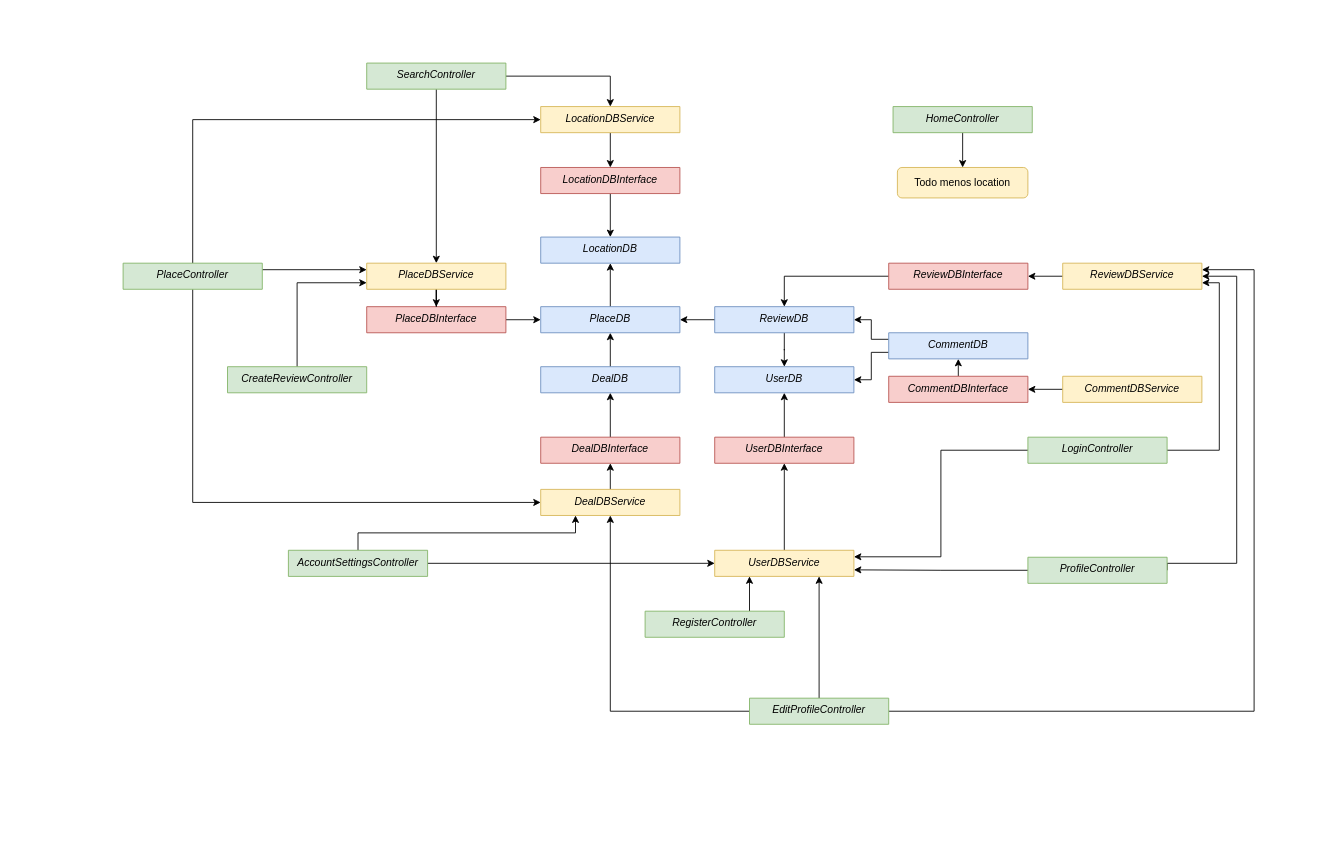
GonzaloLGI/Furry-Advisor keeps this draw.io diagram as Documents/Clases.drawio. Above is the earlier version. Source tidied: cells renumbered, new cells numbered last; positions are measured from the earlier drawing's top-left corner, leaving out a move shared by most shapes. Both pictures are drawn from the tidied source at 87%, with x=0, y=0 at pixel (123, 63).
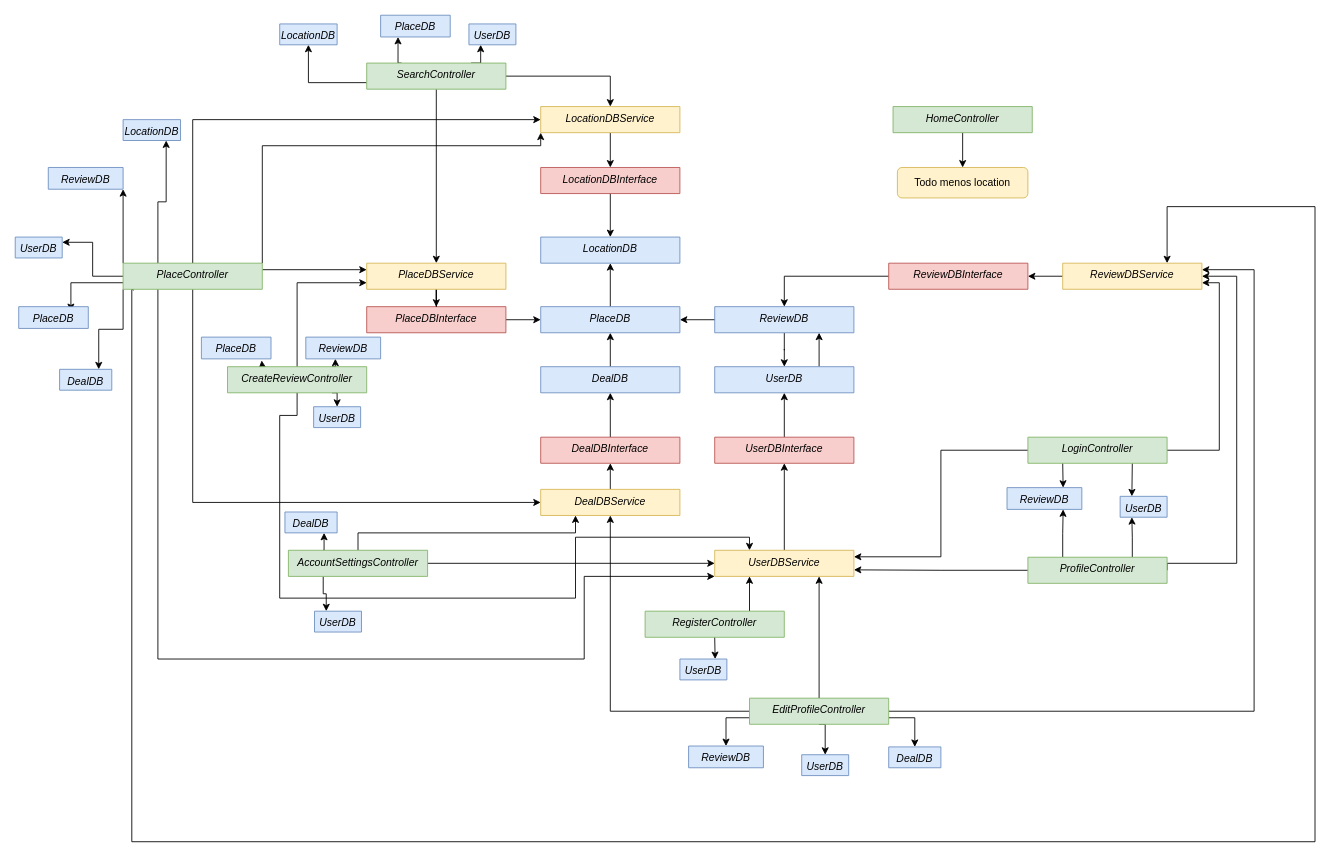
The same page after the edit.

Unchanged cells that the change refers to:
```xml
<mxCell id="8" value="ReviewDB" style="swimlane;fontStyle=2;align=center;verticalAlign=top;horizontal=1;startSize=30;rounded=0;shadow=0;strokeWidth=1;fillColor=#dae8fc;strokeColor=#6c8ebf;" parent="1" vertex="1">
  <mxGeometry x="680" y="280" width="160" height="30" as="geometry" />
</mxCell>
<mxCell id="9" value="UserDB" style="swimlane;fontStyle=2;align=center;verticalAlign=top;horizontal=1;startSize=30;rounded=0;shadow=0;strokeWidth=1;fillColor=#dae8fc;strokeColor=#6c8ebf;" parent="1" vertex="1">
  <mxGeometry x="680" y="349" width="160" height="30" as="geometry" />
</mxCell>
<mxCell id="25" value="PlaceController" style="swimlane;fontStyle=2;align=center;verticalAlign=top;horizontal=1;startSize=30;rounded=0;shadow=0;strokeWidth=1;fillColor=#d5e8d4;strokeColor=#82b366;" parent="1" vertex="1">
  <mxGeometry y="230" width="160" height="30" as="geometry" />
</mxCell>
<mxCell id="28" value="LoginController" style="swimlane;fontStyle=2;align=center;verticalAlign=top;horizontal=1;startSize=30;rounded=0;shadow=0;strokeWidth=1;fillColor=#d5e8d4;strokeColor=#82b366;" parent="1" vertex="1">
  <mxGeometry x="1040" y="430" width="160" height="30" as="geometry" />
</mxCell>
<mxCell id="30" value="RegisterController" style="swimlane;fontStyle=2;align=center;verticalAlign=top;horizontal=1;startSize=30;rounded=0;shadow=0;strokeWidth=1;fillColor=#d5e8d4;strokeColor=#82b366;" parent="1" vertex="1">
  <mxGeometry x="600" y="630" width="160" height="30" as="geometry" />
</mxCell>
<mxCell id="33" value="ProfileController" style="swimlane;fontStyle=2;align=center;verticalAlign=top;horizontal=1;startSize=30;rounded=0;shadow=0;strokeWidth=1;fillColor=#d5e8d4;strokeColor=#82b366;" parent="1" vertex="1">
  <mxGeometry x="1040" y="568" width="160" height="30" as="geometry" />
</mxCell>
<mxCell id="36" value="AccountSettingsController" style="swimlane;fontStyle=2;align=center;verticalAlign=top;horizontal=1;startSize=30;rounded=0;shadow=0;strokeWidth=1;fillColor=#d5e8d4;strokeColor=#82b366;" parent="1" vertex="1">
  <mxGeometry x="190" y="560" width="160" height="30" as="geometry" />
</mxCell>
<mxCell id="38" value="CreateReviewController" style="swimlane;fontStyle=2;align=center;verticalAlign=top;horizontal=1;startSize=30;rounded=0;shadow=0;strokeWidth=1;fillColor=#d5e8d4;strokeColor=#82b366;" parent="1" vertex="1">
  <mxGeometry x="120" y="349" width="160" height="30" as="geometry" />
</mxCell>
<mxCell id="42" value="EditProfileController" style="swimlane;fontStyle=2;align=center;verticalAlign=top;horizontal=1;startSize=30;rounded=0;shadow=0;strokeWidth=1;fillColor=#d5e8d4;strokeColor=#82b366;" parent="1" vertex="1">
  <mxGeometry x="720" y="730" width="160" height="30" as="geometry" />
</mxCell>
<mxCell id="49" value="SearchController" style="swimlane;fontStyle=2;align=center;verticalAlign=top;horizontal=1;startSize=30;rounded=0;shadow=0;strokeWidth=1;fillColor=#d5e8d4;strokeColor=#82b366;" parent="1" vertex="1">
  <mxGeometry x="280" width="160" height="30" as="geometry" />
</mxCell>
<mxCell id="55" value="ReviewDBService" style="swimlane;fontStyle=2;align=center;verticalAlign=top;horizontal=1;startSize=30;rounded=0;shadow=0;strokeWidth=1;fillColor=#fff2cc;strokeColor=#d6b656;" parent="1" vertex="1">
  <mxGeometry x="1080" y="230" width="160" height="30" as="geometry" />
</mxCell>
<mxCell id="57" value="LocationDBService" style="swimlane;fontStyle=2;align=center;verticalAlign=top;horizontal=1;startSize=30;rounded=0;shadow=0;strokeWidth=1;fillColor=#fff2cc;strokeColor=#d6b656;" parent="1" vertex="1">
  <mxGeometry x="480" y="50" width="160" height="30" as="geometry" />
</mxCell>
<mxCell id="65" value="UserDBService" style="swimlane;fontStyle=2;align=center;verticalAlign=top;horizontal=1;startSize=30;rounded=0;shadow=0;strokeWidth=1;fillColor=#fff2cc;strokeColor=#d6b656;" parent="1" vertex="1">
  <mxGeometry x="680" y="560" width="160" height="30" as="geometry" />
</mxCell>
```

The edit, as a diff of the source:
```diff
@@
+    <mxCell id="66" style="edgeStyle=orthogonalEdgeStyle;rounded=0;jettySize=auto;html=1;exitX=0.75;exitY=0;exitDx=0;exitDy=0;entryX=0.75;entryY=1;entryDx=0;entryDy=0;" parent="1" edge="1" source="9" target="8">
+      <mxGeometry relative="1" as="geometry" />
+    </mxCell>
@@
-    <mxCell id="17" style="edgeStyle=orthogonalEdgeStyle;rounded=0;jettySize=auto;html=1;exitX=0.5;exitY=0;exitDx=0;exitDy=0;entryX=0.5;entryY=1;entryDx=0;entryDy=0;" parent="1" edge="1" source="18" target="52">
-      <mxGeometry relative="1" as="geometry" />
+    <mxCell id="17" style="edgeStyle=orthogonalEdgeStyle;rounded=0;orthogonalLoop=1;jettySize=auto;html=1;exitX=0.5;exitY=0;exitDx=0;exitDy=0;entryX=0.5;entryY=1;entryDx=0;entryDy=0;" parent="1" edge="1">
+      <mxGeometry relative="1" as="geometry">
+        <mxPoint x="960" y="340" as="targetPoint" />
+      </mxGeometry>
     </mxCell>
-    <mxCell id="18" value="CommentDBInterface" style="swimlane;fontStyle=2;align=center;verticalAlign=top;horizontal=1;startSize=30;rounded=0;shadow=0;strokeWidth=1;fillColor=#f8cecc;strokeColor=#b85450;" parent="1" vertex="1">
-      <mxGeometry x="880" y="360" width="160" height="30" as="geometry" />
-    </mxCell>
@@
+    <mxCell id="67" style="edgeStyle=orthogonalEdgeStyle;rounded=0;jettySize=auto;html=1;exitX=1;exitY=0;exitDx=0;exitDy=0;entryX=0;entryY=1;entryDx=0;entryDy=0;" parent="1" edge="1" source="25" target="57">
+      <mxGeometry relative="1" as="geometry">
+        <Array as="points">
+          <mxPoint x="160" y="95" />
+          <mxPoint x="480" y="95" />
+        </Array>
+      </mxGeometry>
+    </mxCell>
+    <mxCell id="68" style="edgeStyle=orthogonalEdgeStyle;rounded=0;jettySize=auto;html=1;exitX=0.25;exitY=1;exitDx=0;exitDy=0;entryX=0;entryY=1;entryDx=0;entryDy=0;" parent="1" edge="1" source="25" target="65">
+      <mxGeometry relative="1" as="geometry">
+        <Array as="points">
+          <mxPoint x="40" y="685" />
+          <mxPoint x="530" y="685" />
+          <mxPoint x="530" y="590" />
+        </Array>
+      </mxGeometry>
+    </mxCell>
+    <mxCell id="69" style="edgeStyle=orthogonalEdgeStyle;rounded=0;jettySize=auto;html=1;exitX=0.078;exitY=1.032;exitDx=0;exitDy=0;entryX=0.75;entryY=0;entryDx=0;entryDy=0;exitPerimeter=0;" parent="1" edge="1" source="25" target="55">
+      <mxGeometry relative="1" as="geometry">
+        <Array as="points">
+          <mxPoint x="10" y="260" />
+          <mxPoint x="10" y="895" />
+          <mxPoint x="1370" y="895" />
+          <mxPoint x="1370" y="165" />
+          <mxPoint x="1200" y="165" />
+        </Array>
+      </mxGeometry>
+    </mxCell>
+    <mxCell id="70" style="edgeStyle=orthogonalEdgeStyle;rounded=0;jettySize=auto;html=1;exitX=0.25;exitY=0;exitDx=0;exitDy=0;entryX=0.75;entryY=1;entryDx=0;entryDy=0;" parent="1" edge="1" source="25" target="109">
+      <mxGeometry relative="1" as="geometry" />
+    </mxCell>
+    <mxCell id="71" style="edgeStyle=orthogonalEdgeStyle;rounded=0;jettySize=auto;html=1;exitX=0;exitY=0;exitDx=0;exitDy=0;entryX=1;entryY=1;entryDx=0;entryDy=0;" parent="1" edge="1" source="25" target="107">
+      <mxGeometry relative="1" as="geometry" />
+    </mxCell>
+    <mxCell id="72" style="edgeStyle=orthogonalEdgeStyle;rounded=0;jettySize=auto;html=1;exitX=0;exitY=0.5;exitDx=0;exitDy=0;entryX=1;entryY=0.25;entryDx=0;entryDy=0;" parent="1" edge="1" source="25" target="108">
+      <mxGeometry relative="1" as="geometry" />
+    </mxCell>
+    <mxCell id="73" style="edgeStyle=orthogonalEdgeStyle;rounded=0;jettySize=auto;html=1;exitX=0;exitY=0.75;exitDx=0;exitDy=0;entryX=0.75;entryY=0.2;entryDx=0;entryDy=0;entryPerimeter=0;" parent="1" edge="1" source="25" target="106">
+      <mxGeometry relative="1" as="geometry" />
+    </mxCell>
+    <mxCell id="74" style="edgeStyle=orthogonalEdgeStyle;rounded=0;jettySize=auto;html=1;exitX=0;exitY=1;exitDx=0;exitDy=0;entryX=0.75;entryY=0;entryDx=0;entryDy=0;" parent="1" edge="1" source="25" target="110">
+      <mxGeometry relative="1" as="geometry" />
+    </mxCell>
@@
+    <mxCell id="75" style="edgeStyle=orthogonalEdgeStyle;rounded=0;jettySize=auto;html=1;exitX=0.25;exitY=1;exitDx=0;exitDy=0;entryX=0.75;entryY=0;entryDx=0;entryDy=0;" parent="1" edge="1" source="28" target="100">
+      <mxGeometry relative="1" as="geometry" />
+    </mxCell>
+    <mxCell id="76" style="edgeStyle=orthogonalEdgeStyle;rounded=0;jettySize=auto;html=1;exitX=0.75;exitY=1;exitDx=0;exitDy=0;entryX=0.25;entryY=0;entryDx=0;entryDy=0;" parent="1" edge="1" source="28" target="101">
+      <mxGeometry relative="1" as="geometry" />
+    </mxCell>
@@
+    <mxCell id="77" style="edgeStyle=orthogonalEdgeStyle;rounded=0;jettySize=auto;html=1;exitX=0.5;exitY=1;exitDx=0;exitDy=0;entryX=0.75;entryY=0;entryDx=0;entryDy=0;" parent="1" edge="1" source="30" target="102">
+      <mxGeometry relative="1" as="geometry" />
+    </mxCell>
@@
+    <mxCell id="78" style="edgeStyle=orthogonalEdgeStyle;rounded=0;jettySize=auto;html=1;exitX=0.75;exitY=0;exitDx=0;exitDy=0;entryX=0.25;entryY=1;entryDx=0;entryDy=0;" parent="1" edge="1" source="33" target="101">
+      <mxGeometry relative="1" as="geometry" />
+    </mxCell>
+    <mxCell id="79" style="edgeStyle=orthogonalEdgeStyle;rounded=0;jettySize=auto;html=1;exitX=0.25;exitY=0;exitDx=0;exitDy=0;entryX=0.75;entryY=1;entryDx=0;entryDy=0;" parent="1" edge="1" source="33" target="100">
+      <mxGeometry relative="1" as="geometry" />
+    </mxCell>
@@
+    <mxCell id="80" style="edgeStyle=orthogonalEdgeStyle;rounded=0;jettySize=auto;html=1;exitX=0.25;exitY=0;exitDx=0;exitDy=0;entryX=0.75;entryY=1;entryDx=0;entryDy=0;" parent="1" edge="1" source="36" target="99">
+      <mxGeometry relative="1" as="geometry" />
+    </mxCell>
+    <mxCell id="81" style="edgeStyle=orthogonalEdgeStyle;rounded=0;jettySize=auto;html=1;exitX=0.25;exitY=1;exitDx=0;exitDy=0;entryX=0.25;entryY=0;entryDx=0;entryDy=0;" parent="1" edge="1" source="36" target="98">
+      <mxGeometry relative="1" as="geometry" />
+    </mxCell>
@@
+    <mxCell id="82" style="edgeStyle=orthogonalEdgeStyle;rounded=0;jettySize=auto;html=1;exitX=0.5;exitY=1;exitDx=0;exitDy=0;entryX=0.25;entryY=0;entryDx=0;entryDy=0;" parent="1" edge="1" source="38" target="65">
+      <mxGeometry relative="1" as="geometry">
+        <Array as="points">
+          <mxPoint x="200" y="405" />
+          <mxPoint x="180" y="405" />
+          <mxPoint x="180" y="615" />
+          <mxPoint x="520" y="615" />
+          <mxPoint x="520" y="545" />
+          <mxPoint x="720" y="545" />
+        </Array>
+      </mxGeometry>
+    </mxCell>
+    <mxCell id="83" style="edgeStyle=orthogonalEdgeStyle;rounded=0;jettySize=auto;html=1;exitX=0.25;exitY=0;exitDx=0;exitDy=0;entryX=0.866;entryY=1.071;entryDx=0;entryDy=0;entryPerimeter=0;" parent="1" edge="1" source="38" target="92">
+      <mxGeometry relative="1" as="geometry" />
+    </mxCell>
+    <mxCell id="84" style="edgeStyle=orthogonalEdgeStyle;rounded=0;jettySize=auto;html=1;exitX=0.75;exitY=0;exitDx=0;exitDy=0;entryX=0.395;entryY=0.995;entryDx=0;entryDy=0;entryPerimeter=0;" parent="1" edge="1" source="38" target="93">
+      <mxGeometry relative="1" as="geometry" />
+    </mxCell>
+    <mxCell id="85" style="edgeStyle=orthogonalEdgeStyle;rounded=0;jettySize=auto;html=1;exitX=0.75;exitY=1;exitDx=0;exitDy=0;entryX=0.5;entryY=0;entryDx=0;entryDy=0;" parent="1" edge="1" source="38" target="94">
+      <mxGeometry relative="1" as="geometry" />
+    </mxCell>
@@
+    <mxCell id="86" style="edgeStyle=orthogonalEdgeStyle;rounded=0;jettySize=auto;html=1;exitX=0;exitY=0.75;exitDx=0;exitDy=0;entryX=0.5;entryY=0;entryDx=0;entryDy=0;" parent="1" edge="1" source="42" target="96">
+      <mxGeometry relative="1" as="geometry" />
+    </mxCell>
+    <mxCell id="87" style="edgeStyle=orthogonalEdgeStyle;rounded=0;jettySize=auto;html=1;exitX=0.5;exitY=1;exitDx=0;exitDy=0;entryX=0.5;entryY=0;entryDx=0;entryDy=0;" parent="1" edge="1" source="42" target="97">
+      <mxGeometry relative="1" as="geometry" />
+    </mxCell>
+    <mxCell id="88" style="edgeStyle=orthogonalEdgeStyle;rounded=0;jettySize=auto;html=1;exitX=1;exitY=0.75;exitDx=0;exitDy=0;entryX=0.5;entryY=0;entryDx=0;entryDy=0;" parent="1" edge="1" source="42" target="95">
+      <mxGeometry relative="1" as="geometry" />
+    </mxCell>
@@
+    <mxCell id="89" style="edgeStyle=orthogonalEdgeStyle;rounded=0;jettySize=auto;html=1;exitX=0;exitY=0.75;exitDx=0;exitDy=0;entryX=0.5;entryY=1;entryDx=0;entryDy=0;" parent="1" edge="1" source="49" target="105">
+      <mxGeometry relative="1" as="geometry" />
+    </mxCell>
+    <mxCell id="90" style="edgeStyle=orthogonalEdgeStyle;rounded=0;jettySize=auto;html=1;exitX=0.25;exitY=0;exitDx=0;exitDy=0;entryX=0.25;entryY=1;entryDx=0;entryDy=0;" parent="1" edge="1" source="49" target="103">
+      <mxGeometry relative="1" as="geometry" />
+    </mxCell>
+    <mxCell id="91" style="edgeStyle=orthogonalEdgeStyle;rounded=0;jettySize=auto;html=1;exitX=0.75;exitY=0;exitDx=0;exitDy=0;entryX=0.25;entryY=1;entryDx=0;entryDy=0;" parent="1" edge="1" source="49" target="104">
+      <mxGeometry relative="1" as="geometry" />
+    </mxCell>
@@
-    <mxCell id="50" style="edgeStyle=orthogonalEdgeStyle;rounded=0;jettySize=auto;html=1;exitX=0;exitY=0.25;exitDx=0;exitDy=0;entryX=1;entryY=0.5;entryDx=0;entryDy=0;" parent="1" edge="1" source="52" target="8">
-      <mxGeometry relative="1" as="geometry" />
-    </mxCell>
-    <mxCell id="51" style="edgeStyle=orthogonalEdgeStyle;rounded=0;jettySize=auto;html=1;exitX=0;exitY=0.75;exitDx=0;exitDy=0;entryX=1;entryY=0.5;entryDx=0;entryDy=0;" parent="1" edge="1" source="52" target="9">
-      <mxGeometry relative="1" as="geometry" />
-    </mxCell>
-    <mxCell id="52" value="CommentDB" style="swimlane;fontStyle=2;align=center;verticalAlign=top;horizontal=1;startSize=30;rounded=0;shadow=0;strokeWidth=1;fillColor=#dae8fc;strokeColor=#6c8ebf;" parent="1" vertex="1">
-      <mxGeometry x="880" y="310" width="160" height="30" as="geometry" />
-    </mxCell>
@@
-    <mxCell id="62" style="edgeStyle=orthogonalEdgeStyle;rounded=0;jettySize=auto;html=1;exitX=0;exitY=0.5;exitDx=0;exitDy=0;" parent="1" edge="1" source="63" target="18">
-      <mxGeometry relative="1" as="geometry" />
+    <mxCell id="62" style="edgeStyle=orthogonalEdgeStyle;rounded=0;orthogonalLoop=1;jettySize=auto;html=1;exitX=0;exitY=0.5;exitDx=0;exitDy=0;" parent="1" edge="1">
+      <mxGeometry relative="1" as="geometry">
+        <mxPoint x="1040" y="375" as="targetPoint" />
+      </mxGeometry>
     </mxCell>
-    <mxCell id="63" value="CommentDBService" style="swimlane;fontStyle=2;align=center;verticalAlign=top;horizontal=1;startSize=30;rounded=0;shadow=0;strokeWidth=1;fillColor=#fff2cc;strokeColor=#d6b656;" parent="1" vertex="1">
-      <mxGeometry x="1080" y="360" width="160" height="30" as="geometry" />
-    </mxCell>
@@
+    <mxCell id="92" value="PlaceDB" style="swimlane;fontStyle=2;align=center;verticalAlign=top;horizontal=1;startSize=30;rounded=0;shadow=0;strokeWidth=1;fillColor=#dae8fc;strokeColor=#6c8ebf;" parent="1" vertex="1">
+      <mxGeometry x="90" y="315" width="80" height="25" as="geometry" />
+    </mxCell>
+    <mxCell id="93" value="ReviewDB" style="swimlane;fontStyle=2;align=center;verticalAlign=top;horizontal=1;startSize=30;rounded=0;shadow=0;strokeWidth=1;fillColor=#dae8fc;strokeColor=#6c8ebf;" parent="1" vertex="1">
+      <mxGeometry x="210" y="315" width="86" height="25" as="geometry" />
+    </mxCell>
+    <mxCell id="94" value="UserDB" style="swimlane;fontStyle=2;align=center;verticalAlign=top;horizontal=1;startSize=30;rounded=0;shadow=0;strokeWidth=1;fillColor=#dae8fc;strokeColor=#6c8ebf;" parent="1" vertex="1">
+      <mxGeometry x="219" y="395" width="54" height="24" as="geometry" />
+    </mxCell>
+    <mxCell id="95" value="DealDB" style="swimlane;fontStyle=2;align=center;verticalAlign=top;horizontal=1;startSize=30;rounded=0;shadow=0;strokeWidth=1;fillColor=#dae8fc;strokeColor=#6c8ebf;" parent="1" vertex="1">
+      <mxGeometry x="880" y="786" width="60" height="24" as="geometry" />
+    </mxCell>
+    <mxCell id="96" value="ReviewDB" style="swimlane;fontStyle=2;align=center;verticalAlign=top;horizontal=1;startSize=30;rounded=0;shadow=0;strokeWidth=1;fillColor=#dae8fc;strokeColor=#6c8ebf;" parent="1" vertex="1">
+      <mxGeometry x="650" y="785" width="86" height="25" as="geometry" />
+    </mxCell>
+    <mxCell id="97" value="UserDB" style="swimlane;fontStyle=2;align=center;verticalAlign=top;horizontal=1;startSize=30;rounded=0;shadow=0;strokeWidth=1;fillColor=#dae8fc;strokeColor=#6c8ebf;" parent="1" vertex="1">
+      <mxGeometry x="780" y="795" width="54" height="24" as="geometry" />
+    </mxCell>
+    <mxCell id="98" value="UserDB" style="swimlane;fontStyle=2;align=center;verticalAlign=top;horizontal=1;startSize=30;rounded=0;shadow=0;strokeWidth=1;fillColor=#dae8fc;strokeColor=#6c8ebf;" parent="1" vertex="1">
+      <mxGeometry x="220" y="630" width="54" height="24" as="geometry" />
+    </mxCell>
+    <mxCell id="99" value="DealDB" style="swimlane;fontStyle=2;align=center;verticalAlign=top;horizontal=1;startSize=30;rounded=0;shadow=0;strokeWidth=1;fillColor=#dae8fc;strokeColor=#6c8ebf;" parent="1" vertex="1">
+      <mxGeometry x="186" y="516" width="60" height="24" as="geometry" />
+    </mxCell>
+    <mxCell id="100" value="ReviewDB" style="swimlane;fontStyle=2;align=center;verticalAlign=top;horizontal=1;startSize=30;rounded=0;shadow=0;strokeWidth=1;fillColor=#dae8fc;strokeColor=#6c8ebf;" parent="1" vertex="1">
+      <mxGeometry x="1016" y="488" width="86" height="25" as="geometry" />
+    </mxCell>
+    <mxCell id="101" value="UserDB" style="swimlane;fontStyle=2;align=center;verticalAlign=top;horizontal=1;startSize=30;rounded=0;shadow=0;strokeWidth=1;fillColor=#dae8fc;strokeColor=#6c8ebf;" parent="1" vertex="1">
+      <mxGeometry x="1146" y="498" width="54" height="24" as="geometry" />
+    </mxCell>
+    <mxCell id="102" value="UserDB" style="swimlane;fontStyle=2;align=center;verticalAlign=top;horizontal=1;startSize=30;rounded=0;shadow=0;strokeWidth=1;fillColor=#dae8fc;strokeColor=#6c8ebf;" parent="1" vertex="1">
+      <mxGeometry x="640" y="685" width="54" height="24" as="geometry" />
+    </mxCell>
+    <mxCell id="103" value="PlaceDB" style="swimlane;fontStyle=2;align=center;verticalAlign=top;horizontal=1;startSize=30;rounded=0;shadow=0;strokeWidth=1;fillColor=#dae8fc;strokeColor=#6c8ebf;" parent="1" vertex="1">
+      <mxGeometry x="296" y="-55" width="80" height="25" as="geometry" />
+    </mxCell>
+    <mxCell id="104" value="UserDB" style="swimlane;fontStyle=2;align=center;verticalAlign=top;horizontal=1;startSize=30;rounded=0;shadow=0;strokeWidth=1;fillColor=#dae8fc;strokeColor=#6c8ebf;" parent="1" vertex="1">
+      <mxGeometry x="397.5" y="-45" width="54" height="24" as="geometry" />
+    </mxCell>
+    <mxCell id="105" value="LocationDB" style="swimlane;fontStyle=2;align=center;verticalAlign=top;horizontal=1;startSize=30;rounded=0;shadow=0;strokeWidth=1;fillColor=#dae8fc;strokeColor=#6c8ebf;" parent="1" vertex="1">
+      <mxGeometry x="180" y="-45" width="66" height="24" as="geometry" />
+    </mxCell>
+    <mxCell id="106" value="PlaceDB" style="swimlane;fontStyle=2;align=center;verticalAlign=top;horizontal=1;startSize=30;rounded=0;shadow=0;strokeWidth=1;fillColor=#dae8fc;strokeColor=#6c8ebf;" parent="1" vertex="1">
+      <mxGeometry x="-120" y="280" width="80" height="25" as="geometry" />
+    </mxCell>
+    <mxCell id="107" value="ReviewDB" style="swimlane;fontStyle=2;align=center;verticalAlign=top;horizontal=1;startSize=30;rounded=0;shadow=0;strokeWidth=1;fillColor=#dae8fc;strokeColor=#6c8ebf;" parent="1" vertex="1">
+      <mxGeometry x="-86" y="120" width="86" height="25" as="geometry" />
+    </mxCell>
+    <mxCell id="108" value="UserDB" style="swimlane;fontStyle=2;align=center;verticalAlign=top;horizontal=1;startSize=30;rounded=0;shadow=0;strokeWidth=1;fillColor=#dae8fc;strokeColor=#6c8ebf;" parent="1" vertex="1">
+      <mxGeometry x="-124" y="200" width="54" height="24" as="geometry" />
+    </mxCell>
+    <mxCell id="109" value="LocationDB" style="swimlane;fontStyle=2;align=center;verticalAlign=top;horizontal=1;startSize=30;rounded=0;shadow=0;strokeWidth=1;fillColor=#dae8fc;strokeColor=#6c8ebf;" parent="1" vertex="1">
+      <mxGeometry y="65" width="66" height="24" as="geometry" />
+    </mxCell>
+    <mxCell id="110" value="DealDB" style="swimlane;fontStyle=2;align=center;verticalAlign=top;horizontal=1;startSize=30;rounded=0;shadow=0;strokeWidth=1;fillColor=#dae8fc;strokeColor=#6c8ebf;" parent="1" vertex="1">
+      <mxGeometry x="-73" y="352" width="60" height="24" as="geometry" />
+    </mxCell>
```
